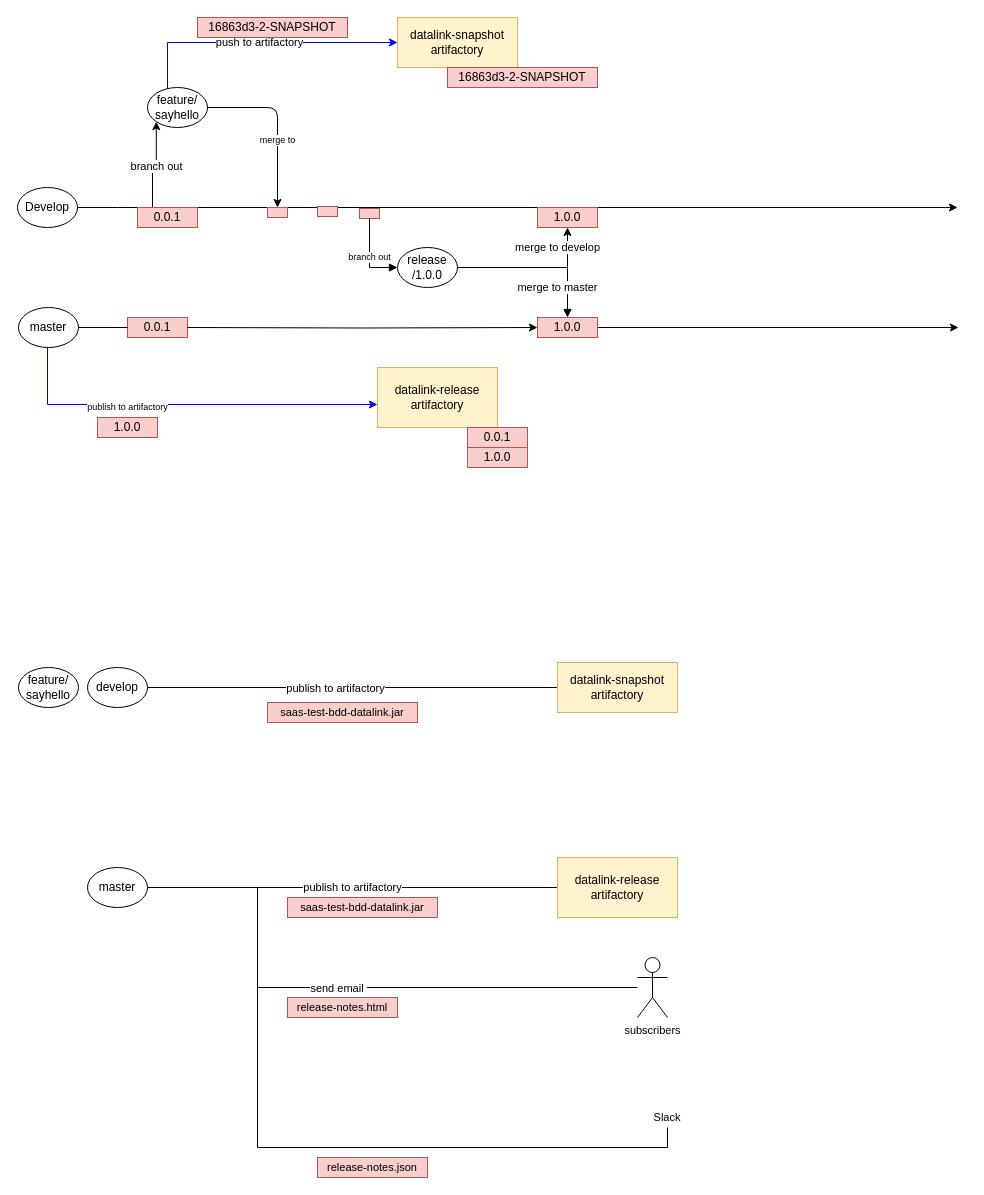
Before: SaaS-Test-Bdd-Datalink-Release.drawio in cjjian/Diagram, a draw.io diagram. Source tidied: cells renumbered, new cells numbered last; positions are measured from the earlier drawing's top-left corner, leaving out a move shared by most shapes. Both pictures are drawn from the tidied source at 100%, with x=0, y=0 at pixel (17, 17).
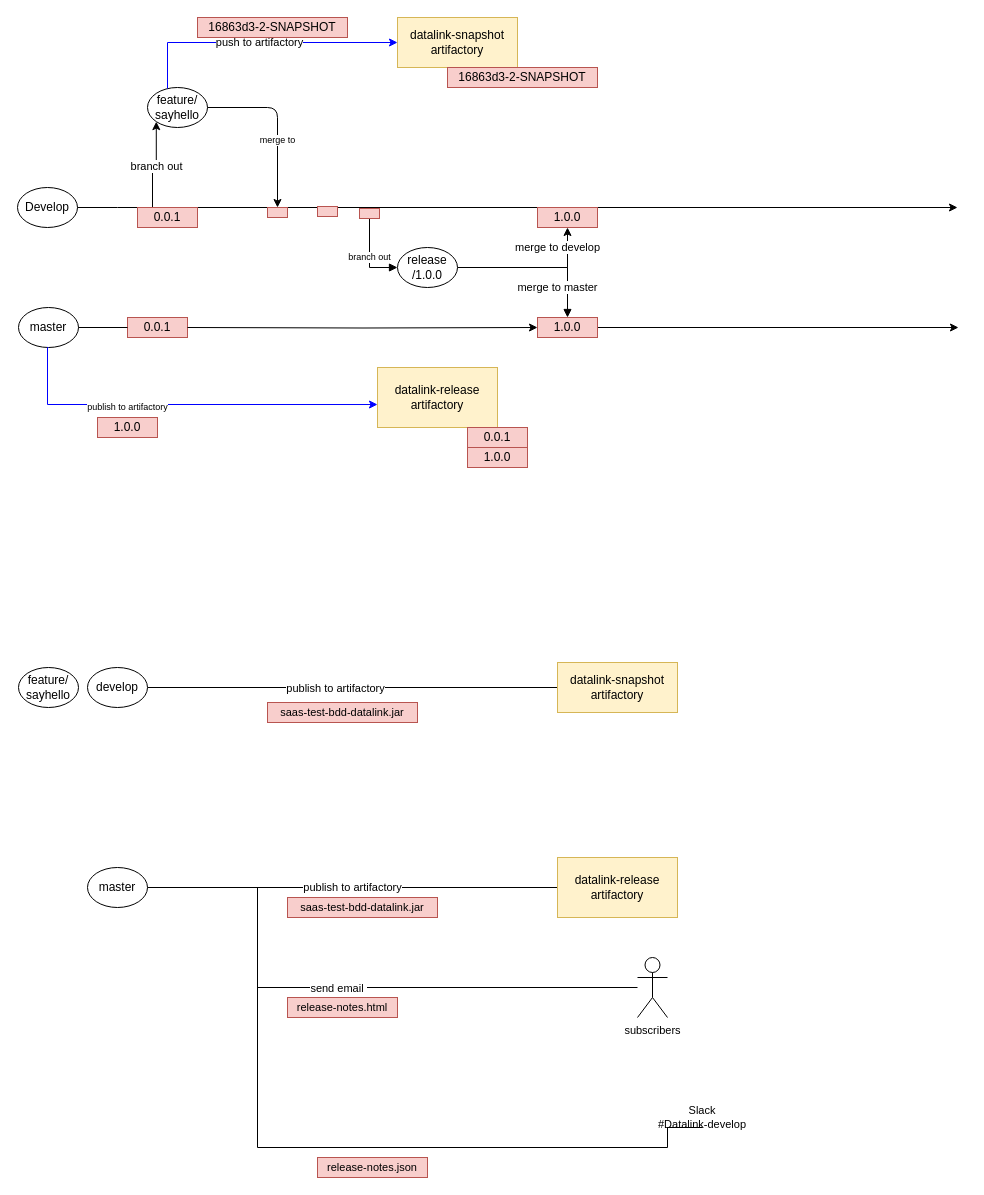
Above is the later version.

Diff of the diagram source:
```diff
@@
-    <mxCell id="50" value="Slack" style="text;html=1;strokeColor=none;fillColor=none;align=center;verticalAlign=middle;whiteSpace=wrap;rounded=0;fontSize=11;" parent="1" vertex="1">
-      <mxGeometry x="630" y="1090" width="40" height="20" as="geometry" />
+    <mxCell id="50" value="Slack&lt;br&gt;#Datalink-develop" style="text;html=1;strokeColor=none;fillColor=none;align=center;verticalAlign=middle;whiteSpace=wrap;rounded=0;fontSize=11;" parent="1" vertex="1">
+      <mxGeometry x="630" y="1090" width="110" height="20" as="geometry" />
     </mxCell>
```
